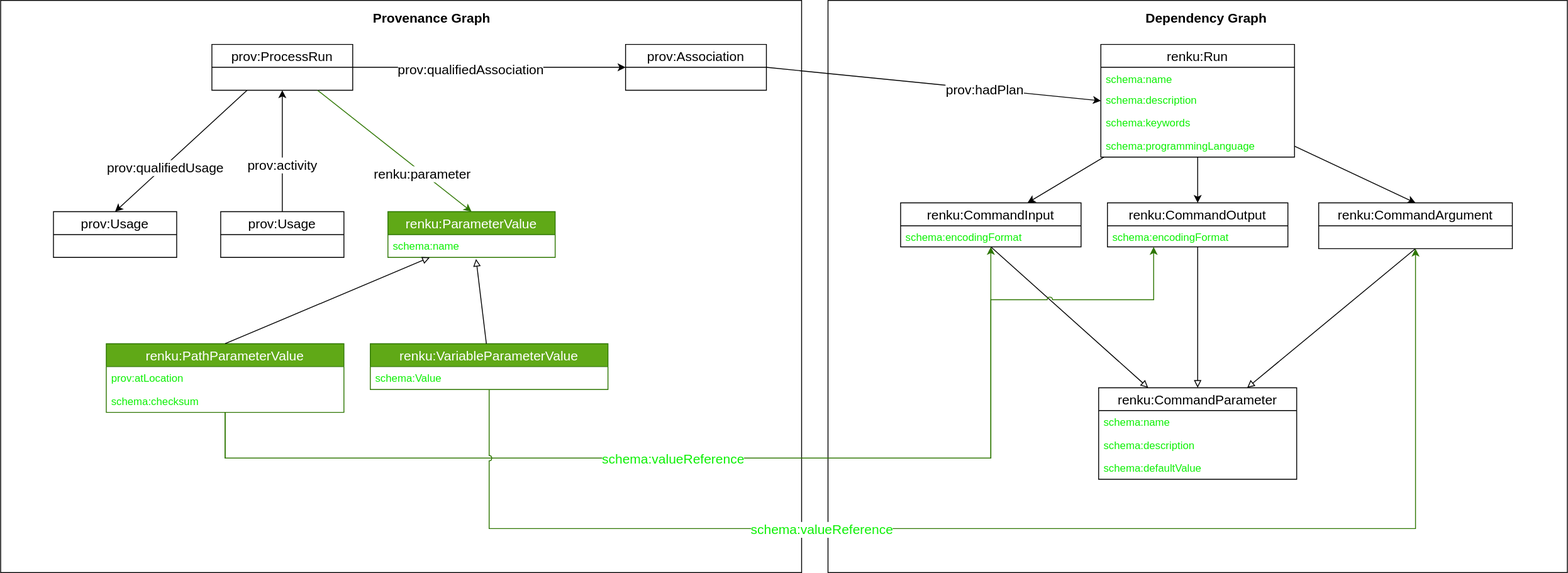
This is design/001-new-workflow-commands/run-metadata.svg from SwissDataScienceCenter/renku-python, a draw.io export, as it was before one commit. Source tidied: cells renumbered, new cells last; positions are measured from the earlier drawing's top-left corner, leaving out a move shared by most shapes.
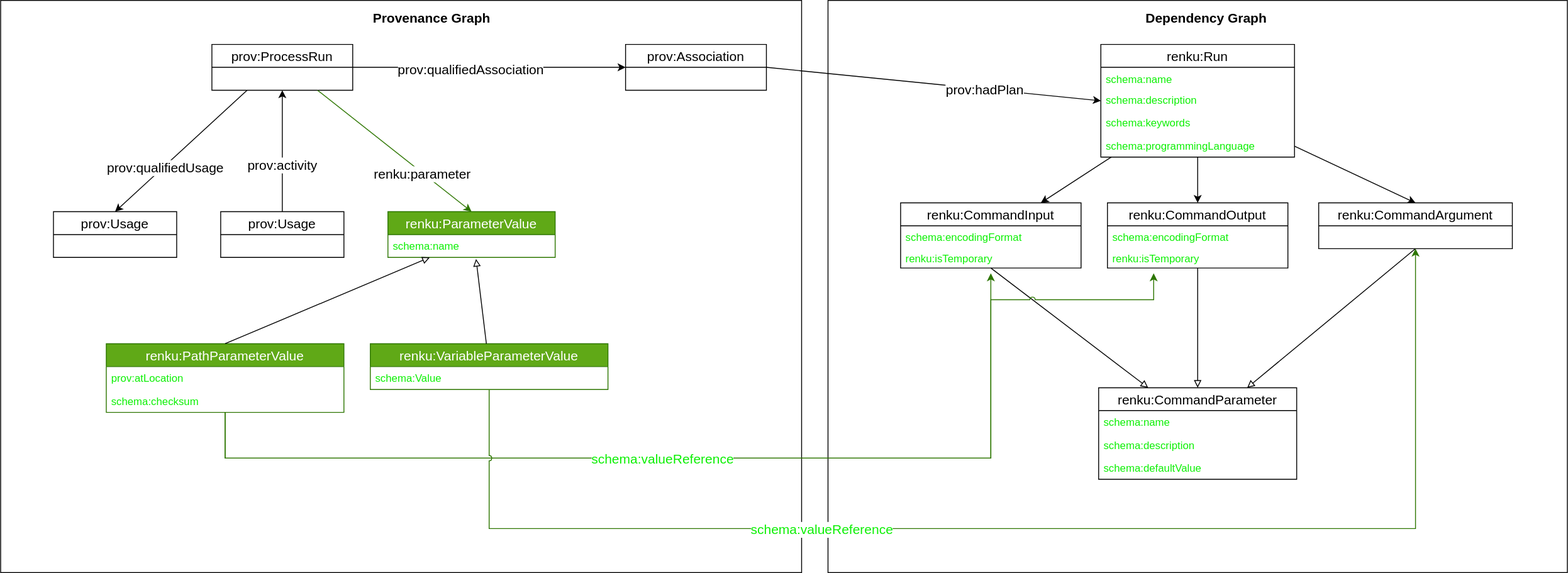
After the change.

Commit message:
add template parameters and temporary files metadata

What changed in the source:
```diff
@@ -108,17 +108,23 @@
       <mxGeometry x="0.3" relative="1" as="geometry" />
     </mxCell>
     <mxCell id="37" value="renku:CommandInput" style="swimlane;fontStyle=0;horizontal=1;startSize=26;fillColor=none;fontSize=15;" parent="1" vertex="1">
-      <mxGeometry x="1022.5" y="230" width="205" height="50" as="geometry" />
+      <mxGeometry x="1022.5" y="230" width="205" height="74" as="geometry" />
     </mxCell>
     <mxCell id="38" value="schema:encodingFormat" style="text;strokeColor=none;fillColor=none;align=left;verticalAlign=top;spacingLeft=4;spacingRight=4;overflow=hidden;points=[[0,0.5],[1,0.5]];portConstraint=eastwest;fontColor=#0DF005;" parent="37" vertex="1">
       <mxGeometry y="26" width="205" height="24" as="geometry" />
     </mxCell>
+    <mxCell id="54" value="renku:isTemporary" style="text;strokeColor=none;fillColor=none;align=left;verticalAlign=top;spacingLeft=4;spacingRight=4;overflow=hidden;fontColor=#0DF005;" parent="37" vertex="1">
+      <mxGeometry y="50" width="205" height="24" as="geometry" />
+    </mxCell>
     <mxCell id="39" value="renku:CommandOutput" style="swimlane;fontStyle=0;horizontal=1;startSize=26;fillColor=none;fontSize=15;" parent="1" vertex="1">
-      <mxGeometry x="1257.5" y="230" width="205" height="50" as="geometry" />
+      <mxGeometry x="1257.5" y="230" width="205" height="74" as="geometry" />
     </mxCell>
     <mxCell id="40" value="schema:encodingFormat" style="text;strokeColor=none;fillColor=none;align=left;verticalAlign=top;spacingLeft=4;spacingRight=4;overflow=hidden;points=[[0,0.5],[1,0.5]];portConstraint=eastwest;fontColor=#0DF005;" parent="39" vertex="1">
       <mxGeometry y="26" width="205" height="24" as="geometry" />
     </mxCell>
+    <mxCell id="55" value="renku:isTemporary" style="text;strokeColor=none;fillColor=none;align=left;verticalAlign=top;spacingLeft=4;spacingRight=4;overflow=hidden;fontColor=#0DF005;" parent="39" vertex="1">
+      <mxGeometry y="50" width="205" height="24" as="geometry" />
+    </mxCell>
     <mxCell id="41" value="renku:CommandArgument" style="swimlane;fontStyle=0;horizontal=1;startSize=26;fillColor=none;fontSize=15;" parent="1" vertex="1">
       <mxGeometry x="1497.5" y="230" width="220" height="52" as="geometry" />
     </mxCell>
@@ -143,16 +149,18 @@
     <mxCell id="48" style="endArrow=block;html=1;fontSize=15;exitX=0.5;exitY=1;exitDx=0;exitDy=0;entryX=0.75;entryY=0;entryDx=0;entryDy=0;endFill=0;" parent="1" edge="1" source="41" target="42">
       <mxGeometry relative="1" as="geometry" />
     </mxCell>
-    <mxCell id="49" style="edgeStyle=orthogonalEdgeStyle;rounded=0;jettySize=auto;html=1;endArrow=classic;endFill=1;fontSize=15;fillColor=#60a917;strokeColor=#2D7600;" parent="1" edge="1" source="14" target="38">
+    <mxCell id="49" style="edgeStyle=orthogonalEdgeStyle;rounded=0;jettySize=auto;html=1;endArrow=classic;endFill=1;fontSize=15;fillColor=#60a917;strokeColor=#2D7600;" parent="1" edge="1" source="14">
       <mxGeometry relative="1" as="geometry">
+        <mxPoint x="1125" y="310" as="targetPoint" />
         <Array as="points">
           <mxPoint x="255" y="520" />
           <mxPoint x="1125" y="520" />
         </Array>
       </mxGeometry>
     </mxCell>
-    <mxCell id="50" style="edgeStyle=orthogonalEdgeStyle;rounded=0;jettySize=auto;html=1;endArrow=classic;endFill=1;fontSize=15;entryX=0.256;entryY=1;entryDx=0;entryDy=0;entryPerimeter=0;jumpStyle=arc;fillColor=#60a917;strokeColor=#2D7600;" parent="1" edge="1" source="14" target="40">
+    <mxCell id="50" style="edgeStyle=orthogonalEdgeStyle;rounded=0;jettySize=auto;html=1;endArrow=classic;endFill=1;fontSize=15;jumpStyle=arc;fillColor=#60a917;strokeColor=#2D7600;" parent="1" edge="1" source="14">
       <mxGeometry relative="1" as="geometry">
+        <mxPoint x="1310" y="310" as="targetPoint" />
         <Array as="points">
           <mxPoint x="255" y="520" />
           <mxPoint x="1125" y="520" />
```
